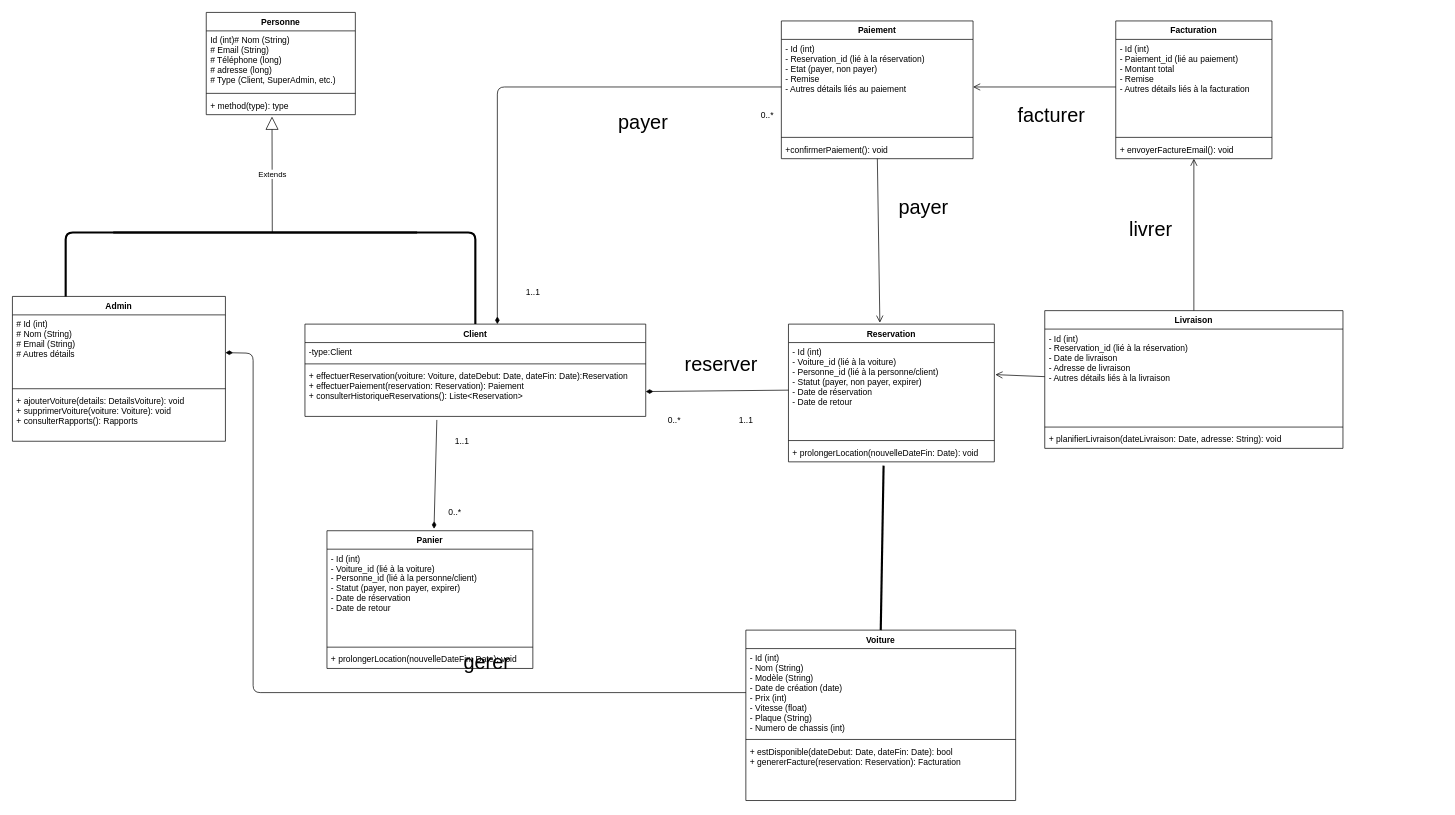
Earlier version of the draw.io diagram page "Diagramme des classes" (2 of 3) of Autres/Etude et analyse de Projet/diagramme.drawio (devviv/CARLOC). Source tidied: cells renumbered, new cells numbered last; positions are measured from the earlier drawing's top-left corner, leaving out a move shared by most shapes. Both pictures are drawn from the tidied source at 71%, with x=0, y=0 at pixel (12, 12).
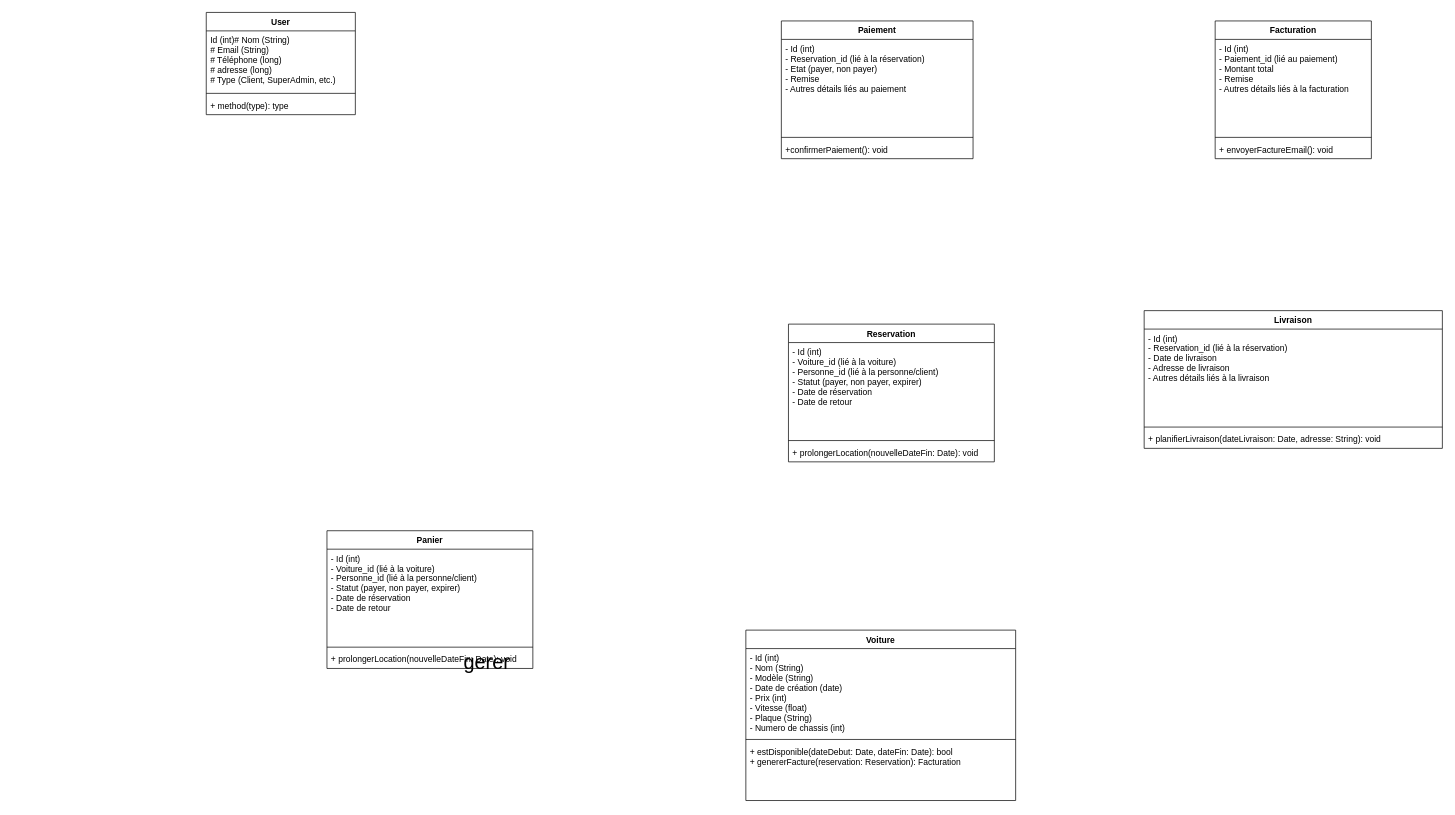
The same diagram, later.

Unchanged cells that the change refers to:
```xml
<mxCell id="5" value="+ method(type): type" style="text;strokeColor=none;fillColor=none;align=left;verticalAlign=top;spacingLeft=4;spacingRight=4;overflow=hidden;points=[[0,0.5],[1,0.5]];portConstraint=eastwest;" parent="2" vertex="1">
  <mxGeometry y="118" width="210" height="26" as="geometry" />
</mxCell>
<mxCell id="10" value="Voiture" style="swimlane;fontStyle=1;align=center;verticalAlign=top;horizontal=1;startSize=26;" parent="1" vertex="1">
  <mxGeometry x="1033" y="870" width="380" height="240" as="geometry" />
</mxCell>
<mxCell id="11" value="- Id (int)&#10;- Nom (String)&#10;- Modèle (String)&#10;- Date de création (date)&#10;- Prix (int)&#10;- Vitesse (float)&#10;- Plaque (String)&#10;- Numero de chassis (int)" style="text;strokeColor=none;fillColor=none;align=left;verticalAlign=top;spacingLeft=4;spacingRight=4;overflow=hidden;points=[[0,0.5],[1,0.5]];portConstraint=eastwest;" parent="10" vertex="1">
  <mxGeometry y="26" width="380" height="124" as="geometry" />
</mxCell>
<mxCell id="14" value="Reservation" style="swimlane;fontStyle=1;align=center;verticalAlign=top;horizontal=1;startSize=26;" parent="1" vertex="1">
  <mxGeometry x="1093" y="439" width="290" height="194" as="geometry" />
</mxCell>
<mxCell id="15" value="- Id (int)&#10;- Voiture_id (lié à la voiture)&#10;- Personne_id (lié à la personne/client)&#10;- Statut (payer, non payer, expirer)&#10;- Date de réservation&#10;- Date de retour" style="text;strokeColor=none;fillColor=none;align=left;verticalAlign=top;spacingLeft=4;spacingRight=4;overflow=hidden;points=[[0,0.5],[1,0.5]];portConstraint=eastwest;" parent="14" vertex="1">
  <mxGeometry y="26" width="290" height="134" as="geometry" />
</mxCell>
<mxCell id="17" value="+ prolongerLocation(nouvelleDateFin: Date): void" style="text;strokeColor=none;fillColor=none;align=left;verticalAlign=top;spacingLeft=4;spacingRight=4;overflow=hidden;points=[[0,0.5],[1,0.5]];portConstraint=eastwest;" parent="14" vertex="1">
  <mxGeometry y="168" width="290" height="26" as="geometry" />
</mxCell>
<mxCell id="19" value="- Id (int)&#10;- Paiement_id (lié au paiement)&#10;- Montant total&#10;- Remise&#10;- Autres détails liés à la facturation" style="text;strokeColor=none;fillColor=none;align=left;verticalAlign=top;spacingLeft=4;spacingRight=4;overflow=hidden;points=[[0,0.5],[1,0.5]];portConstraint=eastwest;" parent="18" vertex="1">
  <mxGeometry y="26" width="220" height="134" as="geometry" />
</mxCell>
<mxCell id="21" value="+ envoyerFactureEmail(): void" style="text;strokeColor=none;fillColor=none;align=left;verticalAlign=top;spacingLeft=4;spacingRight=4;overflow=hidden;points=[[0,0.5],[1,0.5]];portConstraint=eastwest;" parent="18" vertex="1">
  <mxGeometry y="168" width="220" height="26" as="geometry" />
</mxCell>
<mxCell id="23" value="- Id (int)&#10;- Reservation_id (lié à la réservation)&#10;- Etat (payer, non payer)&#10;- Remise&#10;- Autres détails liés au paiement" style="text;strokeColor=none;fillColor=none;align=left;verticalAlign=top;spacingLeft=4;spacingRight=4;overflow=hidden;points=[[0,0.5],[1,0.5]];portConstraint=eastwest;" parent="22" vertex="1">
  <mxGeometry y="26" width="270" height="134" as="geometry" />
</mxCell>
<mxCell id="25" value="+confirmerPaiement(): void" style="text;strokeColor=none;fillColor=none;align=left;verticalAlign=top;spacingLeft=4;spacingRight=4;overflow=hidden;points=[[0,0.5],[1,0.5]];portConstraint=eastwest;" parent="22" vertex="1">
  <mxGeometry y="168" width="270" height="26" as="geometry" />
</mxCell>
<mxCell id="32" value="- Id (int)&#10;- Reservation_id (lié à la réservation)&#10;- Date de livraison&#10;- Adresse de livraison&#10;- Autres détails liés à la livraison" style="text;strokeColor=none;fillColor=none;align=left;verticalAlign=top;spacingLeft=4;spacingRight=4;overflow=hidden;points=[[0,0.5],[1,0.5]];portConstraint=eastwest;" parent="31" vertex="1">
  <mxGeometry y="26" width="420" height="134" as="geometry" />
</mxCell>
<mxCell id="55" value="Panier" style="swimlane;fontStyle=1;align=center;verticalAlign=top;horizontal=1;startSize=26;" parent="1" vertex="1">
  <mxGeometry x="443" y="730" width="290" height="194" as="geometry" />
</mxCell>
```

What changed in the source:
```diff
@@
-    <mxCell id="2" value="Personne" style="swimlane;fontStyle=1;align=center;verticalAlign=top;horizontal=1;startSize=26;" parent="1" vertex="1">
+    <mxCell id="2" value="User" style="swimlane;fontStyle=1;align=center;verticalAlign=top;horizontal=1;startSize=26;" parent="1" vertex="1">
       <mxGeometry x="273" width="210" height="144" as="geometry" />
     </mxCell>
@@
-    <mxCell id="6" value="Admin" style="swimlane;fontStyle=1;align=center;verticalAlign=top;horizontal=1;startSize=26;" parent="1" vertex="1">
-      <mxGeometry y="400" width="300" height="204" as="geometry" />
-    </mxCell>
-    <mxCell id="7" value="# Id (int)&#10;# Nom (String)&#10;# Email (String)&#10;# Autres détails" style="text;strokeColor=none;fillColor=none;align=left;verticalAlign=top;spacingLeft=4;spacingRight=4;overflow=hidden;points=[[0,0.5],[1,0.5]];portConstraint=eastwest;" parent="6" vertex="1">
-      <mxGeometry y="26" width="300" height="100" as="geometry" />
-    </mxCell>
-    <mxCell id="8" style="line;strokeWidth=1;fillColor=none;align=left;verticalAlign=middle;spacingTop=-1;spacingLeft=3;spacingRight=3;labelPosition=right;strokeColor=inherit;" parent="6" vertex="1">
-      <mxGeometry y="126" width="300" height="8" as="geometry" />
-    </mxCell>
-    <mxCell id="9" value="+ ajouterVoiture(details: DetailsVoiture): void&#10;+ supprimerVoiture(voiture: Voiture): void&#10;+ consulterRapports(): Rapports" style="text;strokeColor=none;fillColor=none;align=left;verticalAlign=top;spacingLeft=4;spacingRight=4;overflow=hidden;" parent="6" vertex="1">
-      <mxGeometry y="134" width="300" height="70" as="geometry" />
-    </mxCell>
@@
     <mxCell id="18" value="Facturation" style="swimlane;fontStyle=1;align=center;verticalAlign=top;horizontal=1;startSize=26;" parent="1" vertex="1">
-      <mxGeometry x="1554" y="12" width="220" height="194" as="geometry" />
+      <mxGeometry x="1694" y="12" width="220" height="194" as="geometry" />
     </mxCell>
@@
-    <mxCell id="26" value="Client" style="swimlane;fontStyle=1;align=center;verticalAlign=top;horizontal=1;startSize=26;" parent="1" vertex="1">
-      <mxGeometry x="412" y="439" width="480" height="130" as="geometry" />
-    </mxCell>
-    <mxCell id="27" value="-type:Client" style="text;strokeColor=none;fillColor=none;align=left;verticalAlign=top;spacingLeft=4;spacingRight=4;overflow=hidden;" parent="26" vertex="1">
-      <mxGeometry y="26" width="480" height="26" as="geometry" />
-    </mxCell>
-    <mxCell id="28" style="line;strokeWidth=1;fillColor=none;align=left;verticalAlign=middle;spacingTop=-1;spacingLeft=3;spacingRight=3;labelPosition=right;strokeColor=inherit;" parent="26" vertex="1">
-      <mxGeometry y="52" width="480" height="8" as="geometry" />
-    </mxCell>
-    <mxCell id="29" value="+ effectuerReservation(voiture: Voiture, dateDebut: Date, dateFin: Date):Reservation&#10;+ effectuerPaiement(reservation: Reservation): Paiement&#10;+ consulterHistoriqueReservations(): Liste&lt;Reservation&gt;" style="text;strokeColor=none;fillColor=none;align=left;verticalAlign=top;spacingLeft=4;spacingRight=4;overflow=hidden;points=[[0,0.5],[1,0.5]];portConstraint=eastwest;" parent="26" vertex="1">
-      <mxGeometry y="60" width="480" height="70" as="geometry" />
-    </mxCell>
-    <mxCell id="30" value="1..1" style="text;html=1;align=center;verticalAlign=middle;strokeColor=none;fillColor=none;" parent="1" vertex="1">
-      <mxGeometry x="713" y="380" width="40" height="30" as="geometry" />
-    </mxCell>
     <mxCell id="31" value="Livraison" style="swimlane;fontStyle=1;align=center;verticalAlign=top;horizontal=1;startSize=26;" parent="1" vertex="1">
-      <mxGeometry x="1454" y="420" width="420" height="194" as="geometry" />
+      <mxGeometry x="1594" y="420" width="420" height="194" as="geometry" />
     </mxCell>
@@
-    <mxCell id="35" value="1..1" style="text;html=1;align=center;verticalAlign=middle;strokeColor=none;fillColor=none;" parent="1" vertex="1">
-      <mxGeometry x="1013" y="560" width="40" height="30" as="geometry" />
-    </mxCell>
-    <mxCell id="36" value="0..*" style="text;html=1;align=center;verticalAlign=middle;strokeColor=none;fillColor=none;" parent="1" vertex="1">
-      <mxGeometry x="1043" y="130" width="40" height="30" as="geometry" />
-    </mxCell>
-    <mxCell id="37" style="endArrow=none;startArrow=none;endFill=0;startFill=0;endSize=8;html=1;verticalAlign=bottom;labelBackgroundColor=none;strokeWidth=3;entryX=0.5;entryY=0;entryDx=0;entryDy=0;exitX=0.462;exitY=1.205;exitDx=0;exitDy=0;exitPerimeter=0;" parent="1" edge="1" source="17" target="10">
-      <mxGeometry relative="1" as="geometry" />
-    </mxCell>
-    <mxCell id="38" value="0..*" style="text;html=1;align=center;verticalAlign=middle;strokeColor=none;fillColor=none;" parent="1" vertex="1">
-      <mxGeometry x="912" y="560" width="40" height="30" as="geometry" />
-    </mxCell>
-    <mxCell id="39" style="endArrow=none;startArrow=diamondThin;endFill=0;startFill=1;html=1;verticalAlign=bottom;labelBackgroundColor=none;strokeWidth=1;startSize=8;endSize=8;exitX=0.75;exitY=0;exitDx=0;exitDy=0;entryX=0;entryY=0.5;entryDx=0;entryDy=0;" parent="1" edge="1" target="23">
-      <mxGeometry relative="1" as="geometry">
-        <mxPoint x="683" y="439" as="sourcePoint" />
-        <Array as="points">
-          <mxPoint x="683" y="105" />
-        </Array>
-      </mxGeometry>
-    </mxCell>
-    <mxCell id="40" style="endArrow=none;startArrow=diamondThin;endFill=0;startFill=1;html=1;verticalAlign=bottom;labelBackgroundColor=none;strokeWidth=1;startSize=8;endSize=8;entryX=0;entryY=0.5;entryDx=0;entryDy=0;exitX=1;exitY=0.5;exitDx=0;exitDy=0;" parent="1" edge="1" source="29" target="15">
-      <mxGeometry relative="1" as="geometry" />
-    </mxCell>
-    <mxCell id="41" style="endArrow=open;startArrow=none;endFill=0;startFill=0;endSize=8;html=1;verticalAlign=bottom;labelBackgroundColor=none;strokeWidth=1;exitX=0;exitY=0.5;exitDx=0;exitDy=0;entryX=1;entryY=0.5;entryDx=0;entryDy=0;" parent="1" edge="1" source="19" target="23">
-      <mxGeometry relative="1" as="geometry" />
-    </mxCell>
-    <mxCell id="42" style="endArrow=open;startArrow=none;endFill=0;startFill=0;endSize=8;html=1;verticalAlign=bottom;labelBackgroundColor=none;strokeWidth=1;entryX=0.444;entryY=-0.01;entryDx=0;entryDy=0;entryPerimeter=0;" parent="1" edge="1" source="25" target="14">
-      <mxGeometry relative="1" as="geometry" />
-    </mxCell>
-    <mxCell id="43" style="endArrow=open;startArrow=none;endFill=0;startFill=0;endSize=8;html=1;verticalAlign=bottom;labelBackgroundColor=none;strokeWidth=1;exitX=0.5;exitY=0;exitDx=0;exitDy=0;" parent="1" edge="1" source="31" target="21">
-      <mxGeometry relative="1" as="geometry" />
-    </mxCell>
-    <mxCell id="44" style="endArrow=none;startArrow=diamondThin;endFill=0;startFill=1;html=1;verticalAlign=bottom;labelBackgroundColor=none;strokeWidth=1;startSize=8;endSize=8;entryX=0;entryY=0.5;entryDx=0;entryDy=0;fontStyle=1;fontSize=28;" parent="1" edge="1" source="7" target="11">
-      <mxGeometry relative="1" as="geometry">
-        <Array as="points">
-          <mxPoint x="339" y="480" />
-          <mxPoint x="339" y="958" />
-        </Array>
-      </mxGeometry>
-    </mxCell>
-    <mxCell id="45" value="Extends" style="endArrow=block;endSize=16;endFill=0;html=1;entryX=0.441;entryY=1.103;entryDx=0;entryDy=0;entryPerimeter=0;" parent="1" edge="1" target="5">
-      <mxGeometry relative="1" as="geometry">
-        <mxPoint x="366" y="310" as="sourcePoint" />
-      </mxGeometry>
-    </mxCell>
-    <mxCell id="46" style="endArrow=none;startArrow=none;endFill=0;startFill=0;endSize=8;html=1;verticalAlign=bottom;labelBackgroundColor=none;strokeWidth=3;entryX=0.25;entryY=0;entryDx=0;entryDy=0;" parent="1" edge="1" target="6">
-      <mxGeometry relative="1" as="geometry">
-        <mxPoint x="570" y="310" as="sourcePoint" />
-        <Array as="points">
-          <mxPoint x="75" y="310" />
-        </Array>
-      </mxGeometry>
-    </mxCell>
-    <mxCell id="47" style="endArrow=none;startArrow=none;endFill=0;startFill=0;endSize=8;html=1;verticalAlign=bottom;labelBackgroundColor=none;strokeWidth=3;entryX=0.5;entryY=0;entryDx=0;entryDy=0;" parent="1" edge="1" target="26">
-      <mxGeometry relative="1" as="geometry">
-        <mxPoint x="142" y="310" as="sourcePoint" />
-        <Array as="points">
-          <mxPoint x="652" y="310" />
-        </Array>
-      </mxGeometry>
-    </mxCell>
@@
-    <mxCell id="49" value="reserver" style="text;html=1;align=center;verticalAlign=middle;strokeColor=none;fillColor=none;fontSize=28;" parent="1" vertex="1">
-      <mxGeometry x="933" y="470" width="130" height="50" as="geometry" />
-    </mxCell>
-    <mxCell id="50" value="payer" style="text;html=1;align=center;verticalAlign=middle;strokeColor=none;fillColor=none;fontSize=28;" parent="1" vertex="1">
-      <mxGeometry x="843" y="130" width="90" height="50" as="geometry" />
-    </mxCell>
-    <mxCell id="51" value="facturer" style="text;html=1;align=center;verticalAlign=middle;strokeColor=none;fillColor=none;fontSize=28;" parent="1" vertex="1">
-      <mxGeometry x="1403" y="120" width="120" height="50" as="geometry" />
-    </mxCell>
-    <mxCell id="52" value="livrer" style="text;html=1;align=center;verticalAlign=middle;strokeColor=none;fillColor=none;fontSize=28;" parent="1" vertex="1">
-      <mxGeometry x="1563" y="280" width="80" height="50" as="geometry" />
-    </mxCell>
-    <mxCell id="53" value="payer" style="text;html=1;align=center;verticalAlign=middle;strokeColor=none;fillColor=none;fontSize=28;" parent="1" vertex="1">
-      <mxGeometry x="1238" y="250" width="90" height="50" as="geometry" />
-    </mxCell>
-    <mxCell id="54" style="endArrow=open;startArrow=none;endFill=0;startFill=0;endSize=8;html=1;verticalAlign=bottom;labelBackgroundColor=none;strokeWidth=1;exitX=0;exitY=0.5;exitDx=0;exitDy=0;entryX=1.005;entryY=0.337;entryDx=0;entryDy=0;entryPerimeter=0;" parent="1" edge="1" source="32" target="15">
-      <mxGeometry relative="1" as="geometry" />
-    </mxCell>
@@
-    <mxCell id="59" style="endArrow=none;startArrow=diamondThin;endFill=0;startFill=1;html=1;verticalAlign=bottom;labelBackgroundColor=none;strokeWidth=1;startSize=8;endSize=8;entryX=0.387;entryY=1.071;entryDx=0;entryDy=0;exitX=0.52;exitY=-0.014;exitDx=0;exitDy=0;exitPerimeter=0;entryPerimeter=0;" parent="1" edge="1" source="55" target="29">
-      <mxGeometry relative="1" as="geometry" />
-    </mxCell>
-    <mxCell id="60" value="0..*" style="text;html=1;align=center;verticalAlign=middle;strokeColor=none;fillColor=none;" parent="1" vertex="1">
-      <mxGeometry x="603" y="690" width="40" height="30" as="geometry" />
-    </mxCell>
-    <mxCell id="61" value="1..1" style="text;html=1;align=center;verticalAlign=middle;strokeColor=none;fillColor=none;" parent="1" vertex="1">
-      <mxGeometry x="613" y="590" width="40" height="30" as="geometry" />
-    </mxCell>
```
